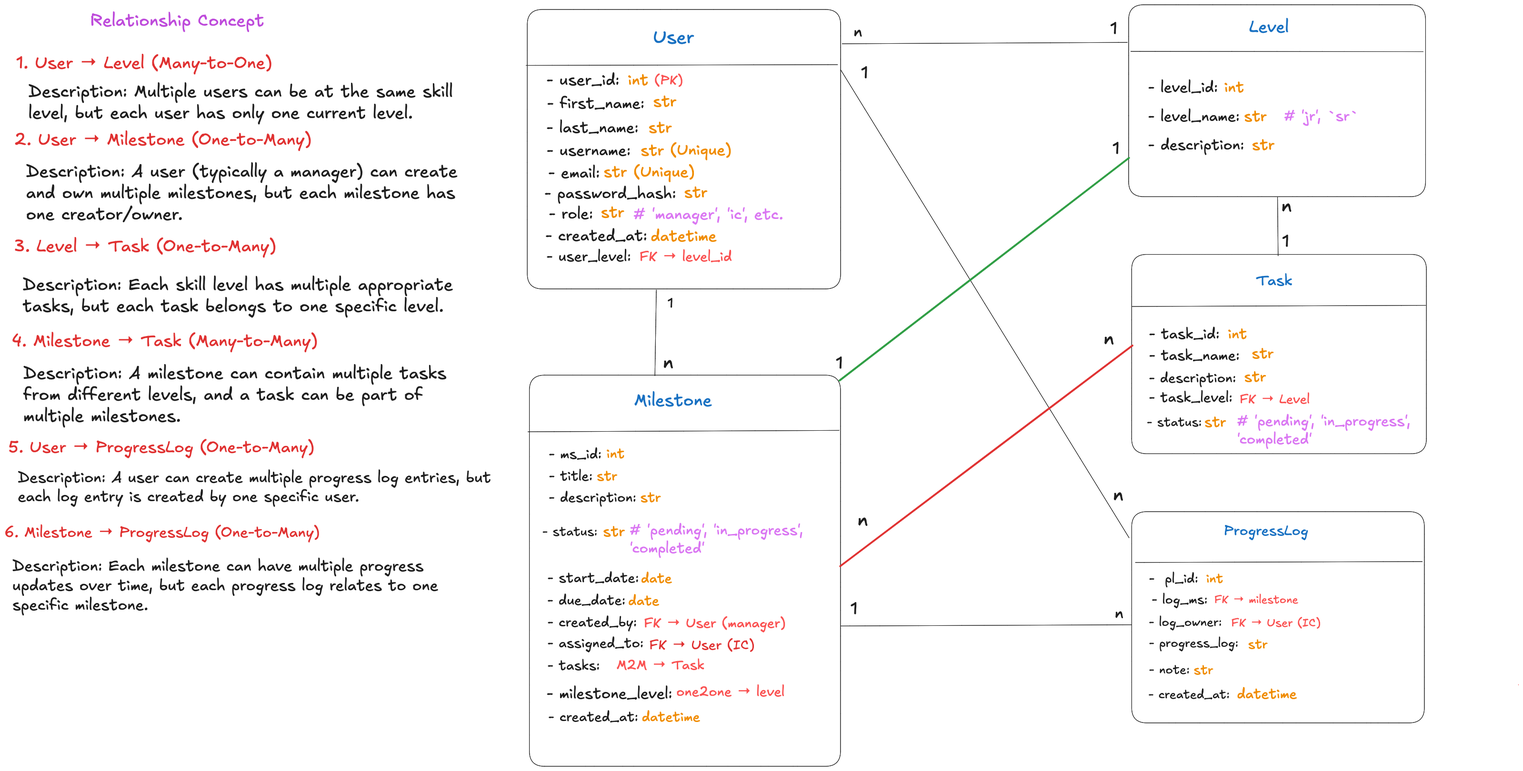
Before: images/growbit-ERD-1.png, a diagram exported from Excalidraw (selamcode/growbit). Source tidied: one line per element, renumbered; positions are measured from the earlier drawing's top-left corner, leaving out a move shared by most shapes.
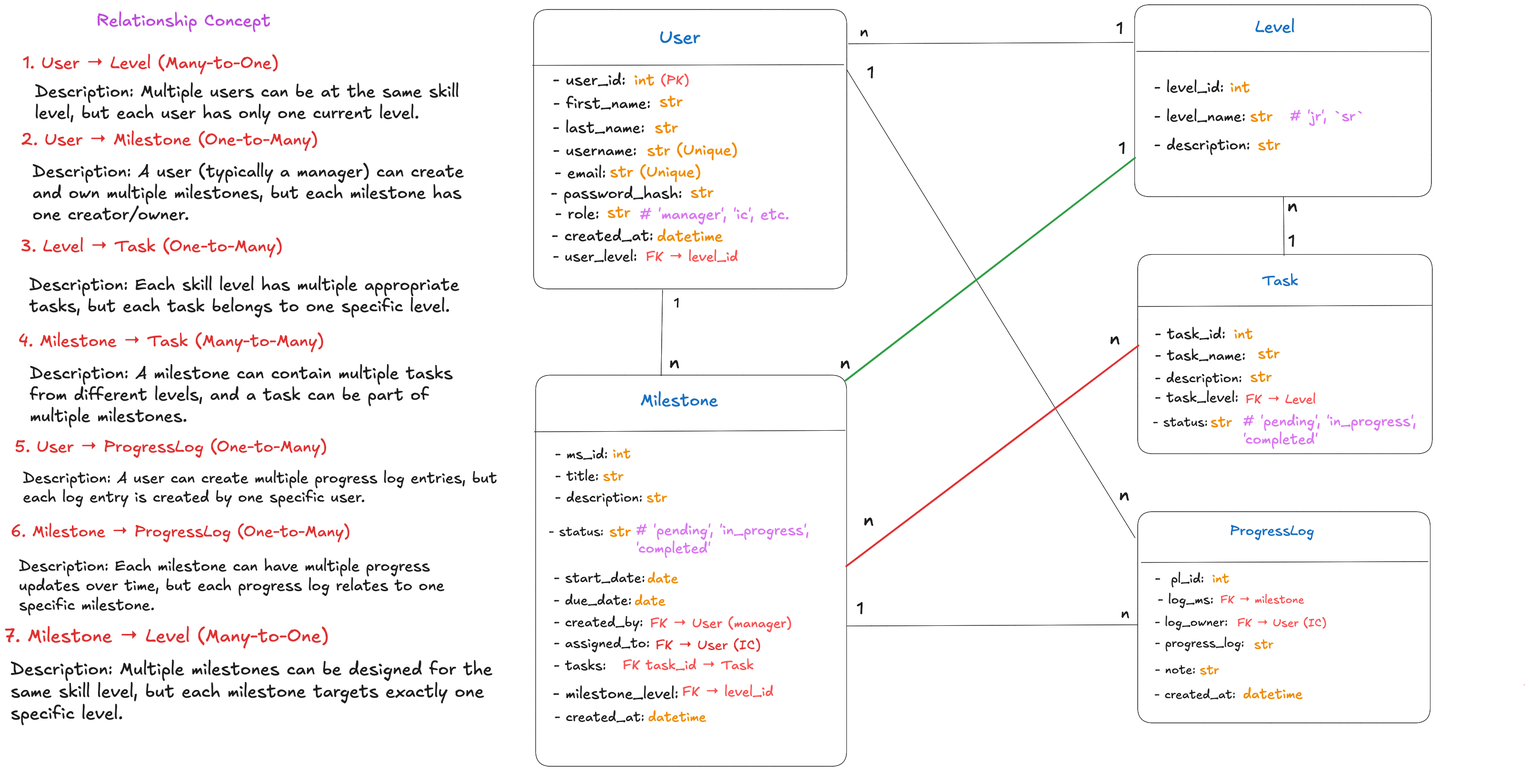
After the change.

Commit message:
fixed minor ERD error, ERD updated

The edit, as a diff of the source:
```diff
@@ -29,7 +29,7 @@
 {"id": 28, "type": "text", "text": "date", "strokeColor": "#f08c00", "strokeWidth": 1, "roughness": 0, "fontSize": 28.66, "fontFamily": 5, "round": true, "x": 1309, "y": 1236, "width": 65, "height": 36}
 {"id": 29, "type": "text", "text": "FK → User (manager)", "strokeColor": "#fa5252", "strokeWidth": 1, "roughness": 0, "fontSize": 28.66, "fontFamily": 5, "round": true, "x": 1342, "y": 1283, "width": 298, "height": 36}
 {"id": 30, "type": "text", "text": "FK → User (IC)", "strokeColor": "#e03131", "strokeWidth": 1, "roughness": 0, "fontSize": 28.66, "fontFamily": 5, "round": true, "x": 1354, "y": 1329, "width": 221, "height": 36}
-{"id": 31, "type": "text", "text": "M2M → Task", "strokeColor": "#fa5252", "strokeWidth": 1, "roughness": 0, "fontSize": 28.66, "fontFamily": 5, "round": true, "x": 1285, "y": 1371, "width": 185, "height": 36}
+{"id": 31, "type": "text", "text": "FK task_id → Task", "strokeColor": "#fa5252", "strokeWidth": 1, "roughness": 0, "fontSize": 28.66, "fontFamily": 5, "round": true, "x": 1285, "y": 1371, "width": 275, "height": 36}
 {"id": 32, "type": "text", "text": "datetime", "strokeColor": "#f08c00", "strokeWidth": 1, "roughness": 0, "fontSize": 28.66, "fontFamily": 5, "round": true, "x": 1338, "y": 1480, "width": 122, "height": 36}
 {"id": 33, "type": "rectangle", "strokeColor": "#1e1e1e", "strokeWidth": 1, "roughness": 0, "round": true, "x": 1097, "y": 10, "width": 658, "height": 587}
 {"id": 34, "type": "line", "strokeColor": "#1e1e1e", "strokeWidth": 1, "roughness": 0, "round": true, "x": 1094, "y": 127, "width": 655, "height": 2, "points": [[0, 0], [655, -2]]}
@@ -98,9 +98,8 @@
 {"id": 97, "type": "line", "strokeColor": "#1e1e1e", "strokeWidth": 1, "roughness": 0, "round": true, "x": 1755, "y": 136, "width": 606, "height": 984, "points": [[0, 0], [606, 984]]}
 {"id": 98, "type": "line", "strokeColor": "#1e1e1e", "strokeWidth": 1, "roughness": 0, "round": true, "x": 1368, "y": 599, "width": 3, "height": 181, "points": [[0, 0], [-3, 181]]}
 {"id": 99, "type": "text", "text": "- milestone_level:", "strokeColor": "#1e1e1e", "strokeWidth": 1, "roughness": 0, "fontSize": 32.05, "fontFamily": 5, "x": 1138, "y": 1428, "width": 263, "height": 40}
-{"id": 100, "type": "text", "text": "one2one → level", "strokeColor": "#fa5252", "strokeWidth": 1, "roughness": 0, "fontSize": 28.86, "fontFamily": 5, "round": true, "x": 1410, "y": 1426, "width": 247, "height": 36}
+{"id": 100, "type": "text", "text": "FK → level_id", "strokeColor": "#fa5252", "strokeWidth": 1, "roughness": 0, "fontSize": 28.86, "fontFamily": 5, "round": true, "x": 1410, "y": 1426, "width": 247, "height": 36}
 {"id": 101, "type": "line", "strokeColor": "#2f9e44", "strokeWidth": 4, "roughness": 0, "round": true, "x": 1753, "y": 790, "width": 608, "height": 468, "points": [[0, 0], [608, -468]]}
-{"id": 102, "type": "text", "text": "1", "strokeColor": "#1e1e1e", "strokeWidth": 1, "roughness": 0, "fontSize": 36, "fontFamily": 5, "x": 1745, "y": 732, "width": 15, "height": 45}
 {"id": 103, "type": "text", "text": "1", "strokeColor": "#1e1e1e", "strokeWidth": 1, "roughness": 0, "fontSize": 36, "fontFamily": 5, "x": 2326, "y": 281, "width": 15, "height": 45}
 {"id": 104, "type": "text", "text": "1", "strokeColor": "#1e1e1e", "strokeWidth": 1, "roughness": 0, "fontSize": 36, "fontFamily": 5, "x": 1776, "y": 1248, "width": 15, "height": 45}
 {"id": 105, "type": "text", "text": "n", "strokeColor": "#1e1e1e", "strokeWidth": 1, "roughness": 0, "fontSize": 36, "fontFamily": 5, "x": 2331, "y": 1258, "width": 19, "height": 45}
@@ -118,8 +117,11 @@
 {"id": 117, "type": "text", "text": "3. Level → Task (One-to-Many)", "strokeColor": "#e03131", "strokeWidth": 4, "roughness": 0, "fontSize": 36, "fontFamily": 5, "x": 21, "y": 487, "width": 549, "height": 45}
 {"id": 118, "type": "text", "text": "4. Milestone → Task (Many-to-Many)", "strokeColor": "#e03131", "strokeWidth": 4, "roughness": 0, "fontSize": 35.64, "fontFamily": 5, "x": 15, "y": 686, "width": 698, "height": 45}
 {"id": 119, "type": "text", "text": "Description: A milestone can contain multiple tasks\nfrom different levels, and a task can be part of\nmultiple milestones.", "strokeColor": "#1e1e1e", "strokeWidth": 4, "roughness": 0, "fontSize": 36, "fontFamily": 5, "x": 39, "y": 753, "width": 961, "height": 135}
-{"id": 120, "type": "text", "text": "5. User → ProgressLog (One-to-Many)", "strokeColor": "#e03131", "strokeWidth": 4, "roughness": 0, "fontSize": 34.34, "fontFamily": 5, "x": 8, "y": 909, "width": 658, "height": 43}
+{"id": 120, "type": "text", "text": "5. User → ProgressLog (One-to-Many)", "strokeColor": "#e03131", "strokeWidth": 4, "roughness": 0, "fontSize": 35.05, "fontFamily": 5, "x": 8, "y": 908, "width": 692, "height": 44}
-{"id": 121, "type": "text", "text": "Description: A user can create multiple progress log entries, but\neach log entry is created by one specific user.", "strokeColor": "#1e1e1e", "strokeWidth": 4, "roughness": 0, "fontSize": 31.96, "fontFamily": 5, "x": 27, "y": 975, "width": 1021, "height": 80}
+{"id": 121, "type": "text", "text": "Description: A user can create multiple progress log entries, but\neach log entry is created by one specific user.", "strokeColor": "#1e1e1e", "strokeWidth": 4, "roughness": 0, "fontSize": 32.05, "fontFamily": 5, "x": 25, "y": 975, "width": 1024, "height": 80}
-{"id": 122, "type": "text", "text": "6. Milestone → ProgressLog (One-to-Many)", "strokeColor": "#e03131", "strokeWidth": 4, "roughness": 0, "fontSize": 31.47, "fontFamily": 5, "x": 0, "y": 1090, "width": 662, "height": 39}
+{"id": 122, "type": "text", "text": "6. Milestone → ProgressLog (One-to-Many)", "strokeColor": "#e03131", "strokeWidth": 4, "roughness": 0, "fontSize": 33.89, "fontFamily": 5, "x": 0, "y": 1087, "width": 712, "height": 42}
 {"id": 123, "type": "text", "text": "Description: Each milestone can have multiple progress\nupdates over time, but each progress log relates to one\nspecific milestone.", "strokeColor": "#1e1e1e", "strokeWidth": 4, "roughness": 0, "fontSize": 32.71, "fontFamily": 5, "x": 16, "y": 1160, "width": 998, "height": 123}
 {"id": 124, "type": "text", "text": "# 'jr', `sr`", "strokeColor": "#da77f2", "strokeWidth": 1, "roughness": 0, "fontSize": 30.57, "fontFamily": 5, "round": true, "x": 2686, "y": 216, "width": 159, "height": 38}
+{"id": 125, "type": "text", "text": "n", "strokeColor": "#1e1e1e", "strokeWidth": 1, "roughness": 0, "fontSize": 43.38, "fontFamily": 5, "x": 1740, "y": 727, "width": 23, "height": 54}
+{"id": 126, "type": "text", "text": "\nDescription: Multiple milestones can be designed for the\nsame skill level, but each milestone targets exactly one\nspecific level.", "strokeColor": "#1e1e1e", "strokeWidth": 4, "roughness": 0, "fontSize": 37.26, "fontFamily": 5, "x": -1, "y": 1328, "width": 1057, "height": 186}
+{"id": 127, "type": "text", "text": "7. Milestone → Level (Many-to-One)", "strokeColor": "#e03131", "strokeWidth": 4, "roughness": 0, "fontSize": 39.16, "fontFamily": 5, "x": -14, "y": 1304, "width": 729, "height": 49}
```
